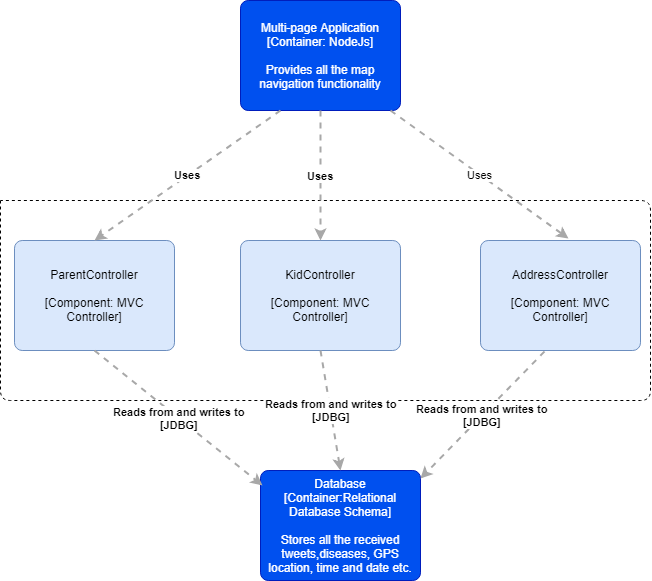
Above: Arhitectura/DiagramaComponent.png in robertzanceanu/KiMo (draw.io), before the change. Source tidied: cells renumbered, new cells last; positions are measured from the earlier drawing's top-left corner, leaving out a move shared by most shapes.
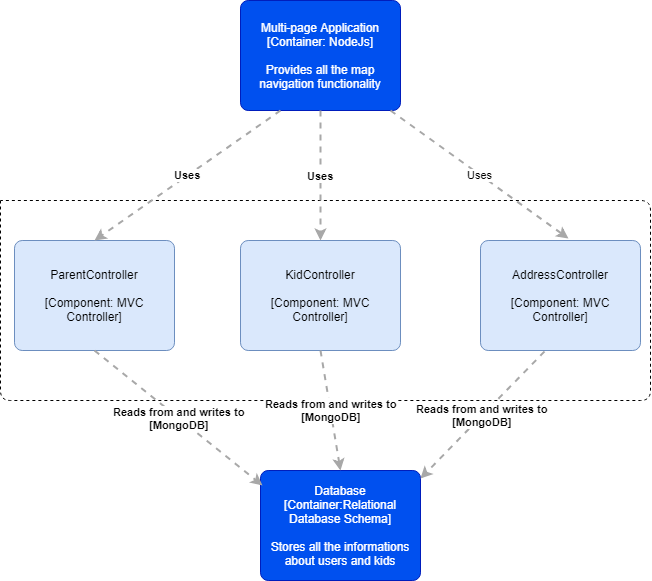
The same file after the commit.

Commit message:
diagrama de componente

The edit, as a diff of the source:
```diff
@@ -7,7 +7,7 @@
         <mxGeometry x="240" width="160" height="110" as="geometry" />
       </mxCell>
     </object>
-    <object id="3" label="Database&lt;br&gt;[Container:Relational Database Schema]&lt;div&gt;&lt;br&gt;&lt;/div&gt;&lt;div&gt;Stores all the received tweets,diseases, GPS location, time and date etc.&lt;br&gt;&lt;/div&gt;" c4Description="Beschreibung" c4Name="name" c4Type="SoftwareSystem" placeholders="1">
+    <object id="3" label="Database&lt;br&gt;[Container:Relational Database Schema]&lt;div&gt;&lt;br&gt;&lt;/div&gt;&lt;div&gt;Stores all the informations about users and kids&lt;br&gt;&lt;/div&gt;" c4Description="Beschreibung" c4Name="name" c4Type="SoftwareSystem" placeholders="1">
       <mxCell style="rounded=1;whiteSpace=wrap;html=1;labelBackgroundColor=none;fillColor=#0050ef;fontColor=#ffffff;align=center;arcSize=7;strokeColor=#001DBC;" parent="1" vertex="1">
         <mxGeometry x="260" y="470" width="160" height="110" as="geometry" />
       </mxCell>
@@ -49,13 +49,13 @@
         <mxPoint x="390" y="110" as="sourcePoint" />
       </mxGeometry>
     </mxCell>
-    <mxCell id="11" value="&lt;div style=&quot;text-align: left&quot;&gt;&lt;div style=&quot;text-align: center&quot;&gt;&lt;b&gt;Reads from and writes to&lt;/b&gt;&lt;/div&gt;&lt;div style=&quot;text-align: center&quot;&gt;&lt;b&gt;[JDBG]&lt;/b&gt;&lt;/div&gt;&lt;/div&gt;" style="edgeStyle=none;rounded=0;html=1;jettySize=auto;strokeColor=#A8A8A8;strokeWidth=2;fontColor=#000000;jumpStyle=none;dashed=1;exitX=0.5;exitY=1;exitDx=0;exitDy=0;entryX=0.013;entryY=0.136;entryDx=0;entryDy=0;entryPerimeter=0;" parent="1" edge="1" source="5" target="3">
+    <mxCell id="11" value="&lt;div style=&quot;text-align: left&quot;&gt;&lt;div style=&quot;text-align: center&quot;&gt;&lt;b&gt;Reads from and writes to&lt;/b&gt;&lt;/div&gt;&lt;div style=&quot;text-align: center&quot;&gt;&lt;b&gt;[MongoDB]&lt;/b&gt;&lt;/div&gt;&lt;/div&gt;" style="edgeStyle=none;rounded=0;html=1;jettySize=auto;strokeColor=#A8A8A8;strokeWidth=2;fontColor=#000000;jumpStyle=none;dashed=1;exitX=0.5;exitY=1;exitDx=0;exitDy=0;entryX=0.013;entryY=0.136;entryDx=0;entryDy=0;entryPerimeter=0;" parent="1" edge="1" source="5" target="3">
       <mxGeometry relative="1" as="geometry" />
     </mxCell>
-    <mxCell id="12" value="&lt;div style=&quot;text-align: left&quot;&gt;&lt;div style=&quot;text-align: center&quot;&gt;&lt;div&gt;&lt;b&gt;Reads from and writes to&lt;/b&gt;&lt;/div&gt;&lt;div&gt;&lt;b&gt;[JDBG]&lt;/b&gt;&lt;/div&gt;&lt;/div&gt;&lt;/div&gt;" style="edgeStyle=none;rounded=0;html=1;jettySize=auto;strokeColor=#A8A8A8;strokeWidth=2;fontColor=#000000;jumpStyle=none;dashed=1;exitX=0.5;exitY=1;exitDx=0;exitDy=0;entryX=0.5;entryY=0;entryDx=0;entryDy=0;" parent="1" edge="1" source="7" target="3">
+    <mxCell id="12" value="&lt;div style=&quot;text-align: left&quot;&gt;&lt;div style=&quot;text-align: center&quot;&gt;&lt;div&gt;&lt;b&gt;Reads from and writes to&lt;/b&gt;&lt;/div&gt;&lt;div&gt;&lt;b&gt;[&lt;/b&gt;&lt;b&gt;MongoDB&lt;/b&gt;&lt;b&gt;]&lt;/b&gt;&lt;/div&gt;&lt;/div&gt;&lt;/div&gt;" style="edgeStyle=none;rounded=0;html=1;jettySize=auto;strokeColor=#A8A8A8;strokeWidth=2;fontColor=#000000;jumpStyle=none;dashed=1;exitX=0.5;exitY=1;exitDx=0;exitDy=0;entryX=0.5;entryY=0;entryDx=0;entryDy=0;" parent="1" edge="1" source="7" target="3">
       <mxGeometry relative="1" as="geometry" />
     </mxCell>
-    <mxCell id="13" value="&lt;div style=&quot;text-align: left&quot;&gt;&lt;div style=&quot;text-align: center&quot;&gt;&lt;div&gt;&lt;b&gt;Reads from and writes to&lt;/b&gt;&lt;/div&gt;&lt;div&gt;&lt;b&gt;[JDBG]&lt;/b&gt;&lt;/div&gt;&lt;/div&gt;&lt;/div&gt;" style="edgeStyle=none;rounded=0;html=1;entryX=1;entryY=0.073;jettySize=auto;strokeColor=#A8A8A8;strokeWidth=2;fontColor=#000000;jumpStyle=none;dashed=1;exitX=0.4;exitY=1.009;exitDx=0;exitDy=0;exitPerimeter=0;entryDx=0;entryDy=0;entryPerimeter=0;" parent="1" edge="1" source="8" target="3">
+    <mxCell id="13" value="&lt;div style=&quot;text-align: left&quot;&gt;&lt;div style=&quot;text-align: center&quot;&gt;&lt;div&gt;&lt;b&gt;Reads from and writes to&lt;/b&gt;&lt;/div&gt;&lt;div&gt;&lt;b&gt;[&lt;/b&gt;&lt;b&gt;MongoDB&lt;/b&gt;&lt;b&gt;]&lt;/b&gt;&lt;/div&gt;&lt;/div&gt;&lt;/div&gt;" style="edgeStyle=none;rounded=0;html=1;entryX=1;entryY=0.073;jettySize=auto;strokeColor=#A8A8A8;strokeWidth=2;fontColor=#000000;jumpStyle=none;dashed=1;exitX=0.4;exitY=1.009;exitDx=0;exitDy=0;exitPerimeter=0;entryDx=0;entryDy=0;entryPerimeter=0;" parent="1" edge="1" source="8" target="3">
       <mxGeometry relative="1" as="geometry" />
     </mxCell>
   </root>
```
